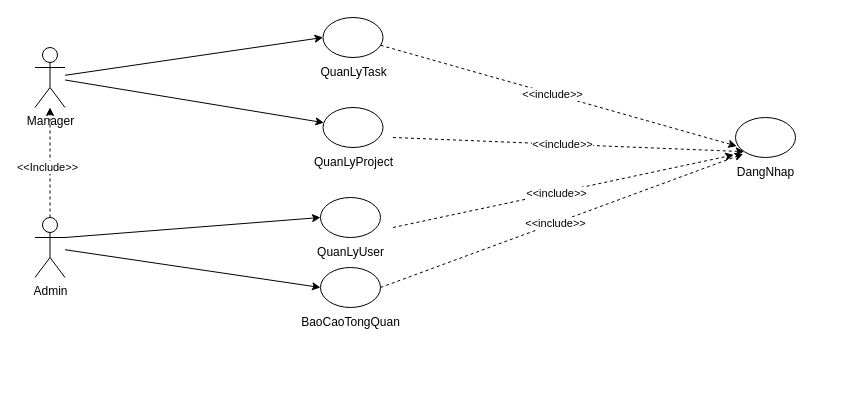
Earlier version of the draw.io diagram page "UC Chinh" (2 of 6) of Báo Cáo/UC/college.drawio (chickenlazy/college). Source tidied: cells renumbered, new cells numbered last; positions are measured from the earlier drawing's top-left corner, leaving out a move shared by most shapes. Both pictures are drawn from the tidied source at 100%, with x=0, y=0 at pixel (35, 17).
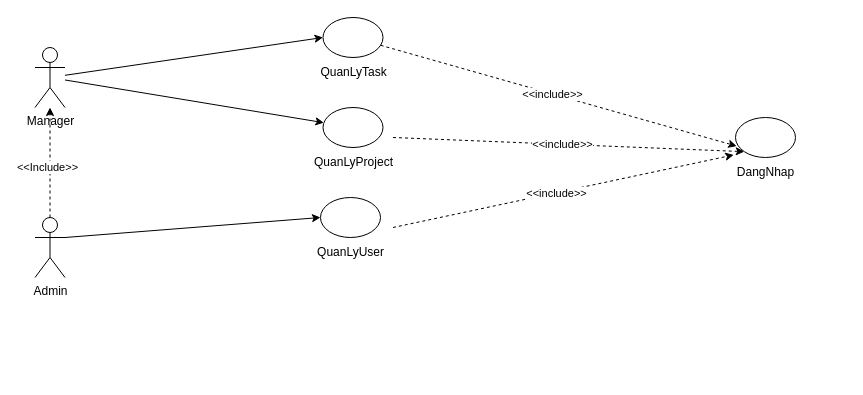
The same diagram, later.

Unchanged cells that the change refers to:
```xml
<mxCell id="4" value="DangNhap" style="text;html=1;align=center;verticalAlign=middle;points=[];strokeColor=none;fillColor=none;" parent="2" vertex="1">
  <mxGeometry x="40" y="40" width="80" height="30" as="geometry" />
</mxCell>
<mxCell id="5" value="Admin&lt;div&gt;&lt;br&gt;&lt;/div&gt;" style="shape=umlActor;verticalLabelPosition=bottom;verticalAlign=top;html=1;outlineConnect=0;" parent="1" vertex="1">
  <mxGeometry x="-0.5" y="200" width="30" height="60" as="geometry" />
</mxCell>
```

Diff of the diagram source:
```diff
@@
-    <mxCell id="10" style="group;" parent="1" vertex="1">
-      <mxGeometry x="235" y="250" width="160" height="110" as="geometry" />
-    </mxCell>
-    <mxCell id="11" style="ellipse;whiteSpace=wrap;html=1;" parent="10" vertex="1">
-      <mxGeometry x="50" width="60" height="40" as="geometry" />
-    </mxCell>
-    <mxCell id="12" value="BaoCaoTongQuan" style="text;html=1;align=center;verticalAlign=middle;strokeColor=none;fillColor=none;" parent="10" vertex="1">
-      <mxGeometry x="20" y="40" width="120" height="30" as="geometry" />
-    </mxCell>
@@
-    <mxCell id="22" style="endArrow=classic;html=1;rounded=0;entryX=0;entryY=0.5;entryDx=0;entryDy=0;" parent="1" edge="1" source="5" target="11">
-      <mxGeometry relative="1" as="geometry" />
-    </mxCell>
@@
-    <mxCell id="27" style="endArrow=classic;html=1;rounded=0;dashed=1;entryX=0.221;entryY=-0.118;entryDx=0;entryDy=0;entryPerimeter=0;exitX=1;exitY=0.5;exitDx=0;exitDy=0;" parent="1" edge="1" source="11" target="4">
-      <mxGeometry relative="1" as="geometry" />
-    </mxCell>
-    <mxCell id="28" value="&amp;lt;&amp;lt;include&amp;gt;&amp;gt;" style="edgeLabel;html=1;align=center;verticalAlign=middle;" parent="27" vertex="1">
-      <mxGeometry x="-0.04" relative="1" as="geometry" />
-    </mxCell>
```
